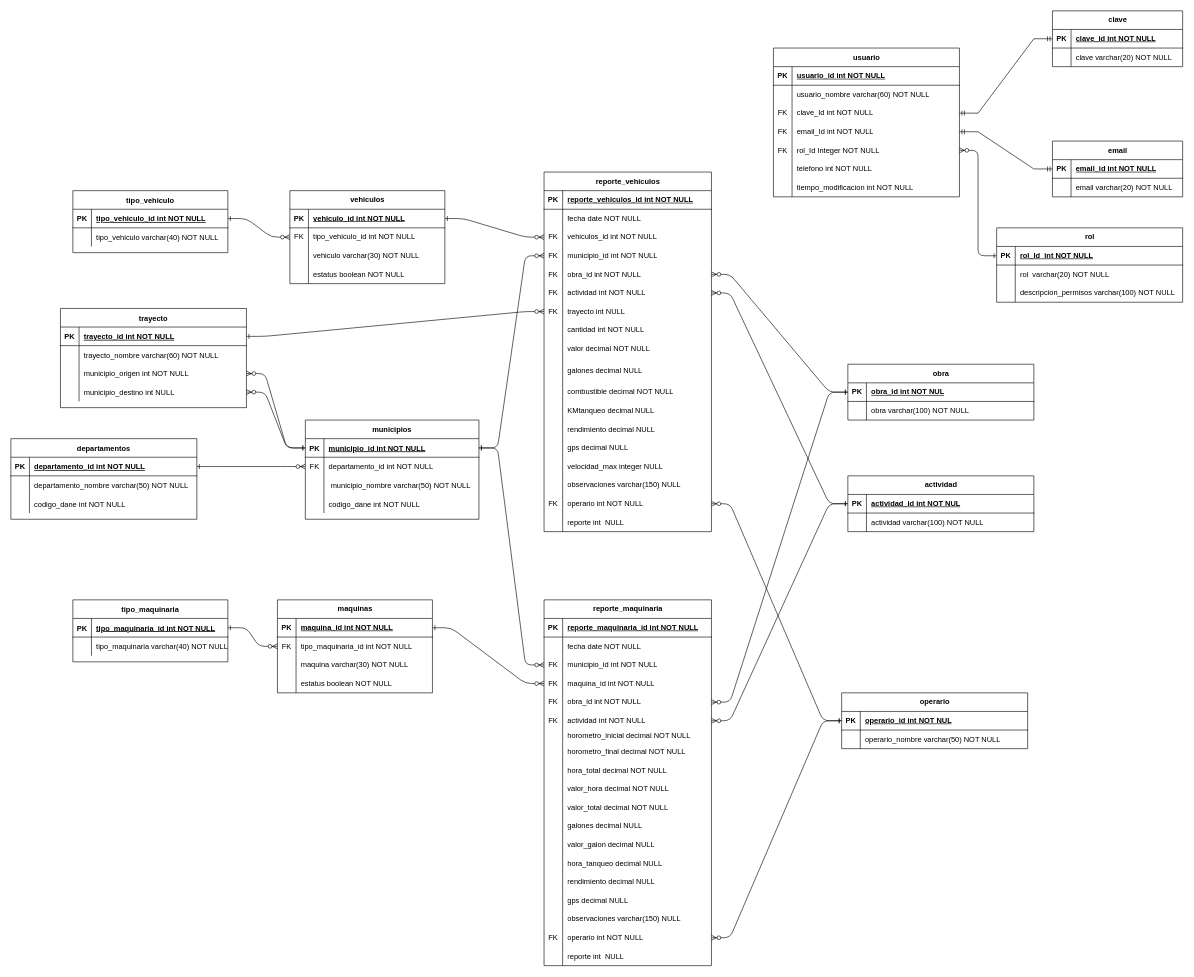
Before: MER/gestionMaquinaria&Vehiculos.drawio in MasacradorM/Gestion-de-Maquinaria-y-Vehiculos, a draw.io diagram. Source tidied: cells renumbered, new cells numbered last; positions are measured from the earlier drawing's top-left corner, leaving out a move shared by most shapes. Both pictures are drawn from the tidied source at 62%, with x=0, y=0 at pixel (11, 11).
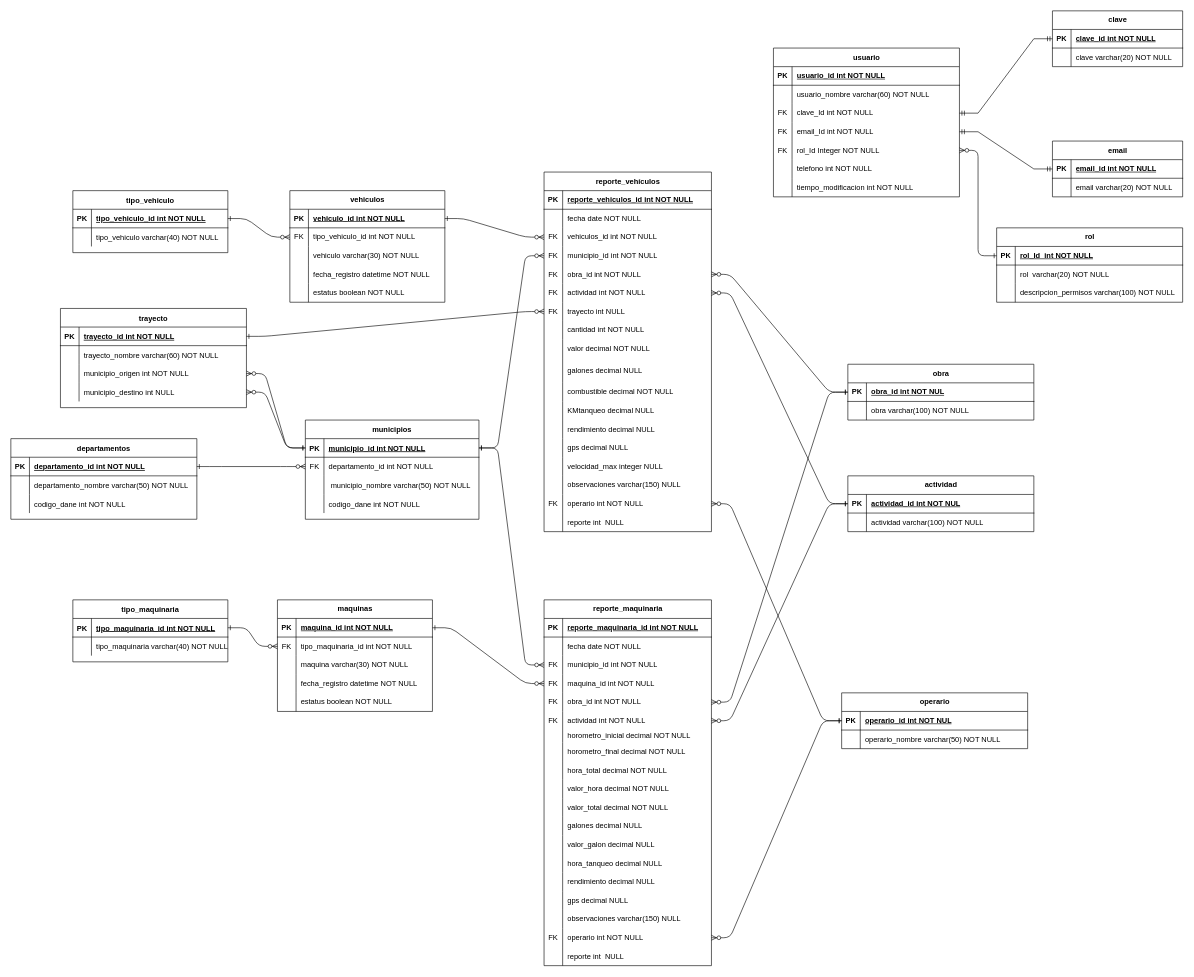
After the change.

Diff of the diagram source:
```diff
@@
     <mxCell id="34" value="maquinas" style="shape=table;startSize=30;childLayout=tableLayout;rowLines=0;fontStyle=1;align=center;html=1;" parent="1" vertex="1">
-      <mxGeometry x="430" y="950" width="250" height="150" as="geometry" />
+      <mxGeometry x="430" y="950" width="250" height="180" as="geometry" />
     </mxCell>
@@
+    <mxCell id="277" style="shape=tableRow;horizontal=0;startSize=0;swimlaneHead=0;swimlaneBody=0;fillColor=none;top=0;left=0;right=0;bottom=0;" parent="34" vertex="1">
+      <mxGeometry y="120" width="250" height="30" as="geometry" />
+    </mxCell>
+    <mxCell id="278" style="shape=partialRectangle;fillColor=none;top=0;left=0;bottom=0;right=0;overflow=hidden;whiteSpace=wrap;html=1;" parent="277" vertex="1">
+      <mxGeometry width="30" height="30" as="geometry" />
+    </mxCell>
+    <mxCell id="279" value="fecha_registro datetime NOT NULL&amp;nbsp;" style="shape=partialRectangle;fillColor=none;top=0;left=0;bottom=0;right=0;align=left;spacingLeft=6;overflow=hidden;whiteSpace=wrap;html=1;" parent="277" vertex="1">
+      <mxGeometry x="30" width="220" height="30" as="geometry" />
+    </mxCell>
     <mxCell id="44" style="shape=tableRow;horizontal=0;startSize=0;swimlaneHead=0;swimlaneBody=0;fillColor=none;top=0;left=0;right=0;bottom=0;" parent="34" vertex="1">
-      <mxGeometry y="120" width="250" height="30" as="geometry" />
+      <mxGeometry y="150" width="250" height="30" as="geometry" />
     </mxCell>
@@
     <mxCell id="170" value="vehiculos" style="shape=table;startSize=30;childLayout=tableLayout;rowLines=0;fontStyle=1;align=center;html=1;" parent="1" vertex="1">
-      <mxGeometry x="450" y="290" width="250" height="150" as="geometry" />
+      <mxGeometry x="450" y="290" width="250" height="180" as="geometry" />
     </mxCell>
@@
+    <mxCell id="280" style="shape=tableRow;horizontal=0;startSize=0;swimlaneHead=0;swimlaneBody=0;fillColor=none;top=0;left=0;right=0;bottom=0;" parent="170" vertex="1">
+      <mxGeometry y="120" width="250" height="30" as="geometry" />
+    </mxCell>
+    <mxCell id="281" style="shape=partialRectangle;fillColor=none;top=0;left=0;bottom=0;right=0;overflow=hidden;whiteSpace=wrap;html=1;" parent="280" vertex="1">
+      <mxGeometry width="30" height="30" as="geometry" />
+    </mxCell>
+    <mxCell id="282" value="fecha_registro datetime NOT NULL&amp;nbsp;" style="shape=partialRectangle;fillColor=none;top=0;left=0;bottom=0;right=0;align=left;spacingLeft=6;overflow=hidden;whiteSpace=wrap;html=1;" parent="280" vertex="1">
+      <mxGeometry x="30" width="220" height="30" as="geometry" />
+    </mxCell>
     <mxCell id="180" style="shape=tableRow;horizontal=0;startSize=0;swimlaneHead=0;swimlaneBody=0;fillColor=none;top=0;left=0;right=0;bottom=0;" parent="170" vertex="1">
-      <mxGeometry y="120" width="250" height="30" as="geometry" />
+      <mxGeometry y="150" width="250" height="30" as="geometry" />
     </mxCell>
```
